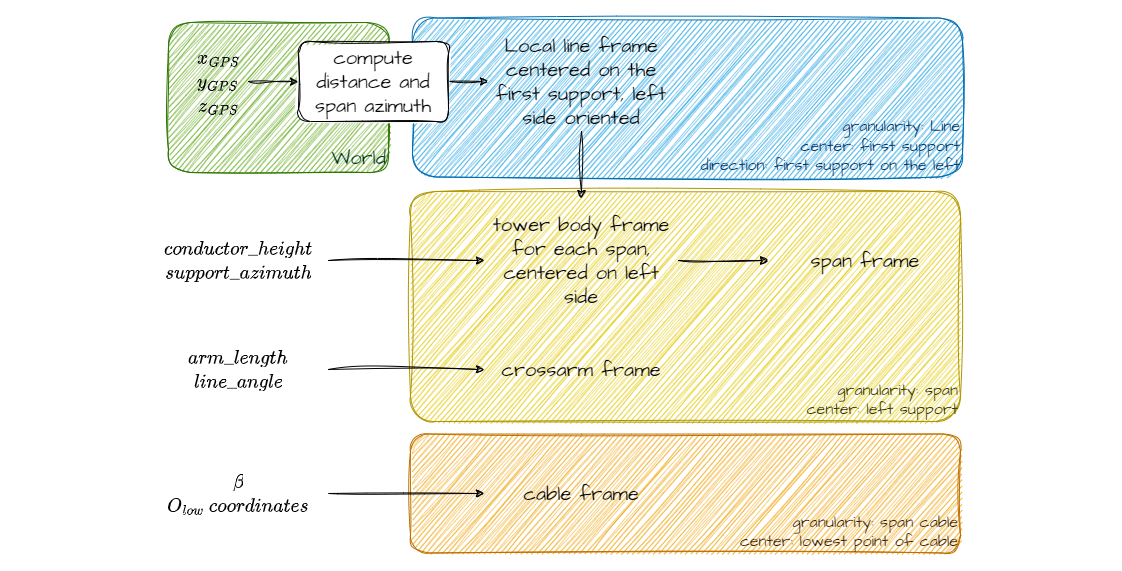
The draw.io diagram docs/user_guide/assets/changing_frames.drawio.png in phlowers/mechaphlowers, before a commit. Source tidied: cells renumbered, new cells last; positions are measured from the earlier drawing's top-left corner, leaving out a move shared by most shapes.
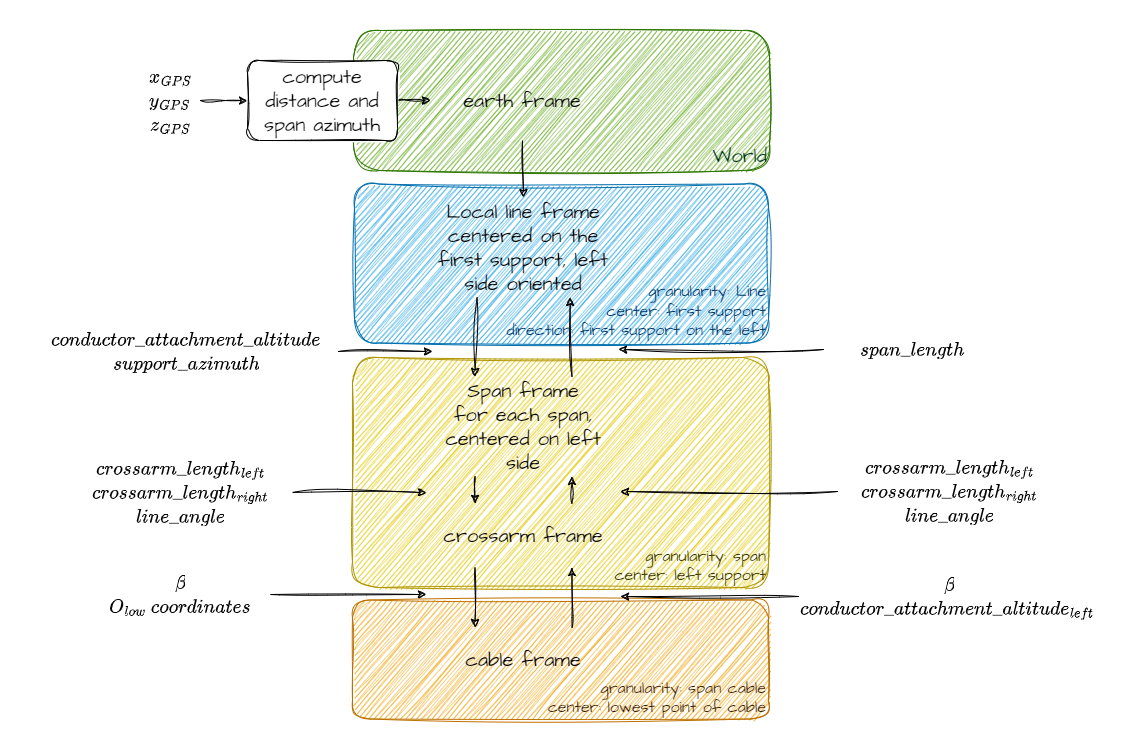
After the commit.

Commit message:
conductor attachment altitude correction

The edit, as a diff of the source:
```diff
@@ -3,70 +3,115 @@
     <mxCell id="0" />
     <mxCell id="1" parent="0" />
     <mxCell id="2" style="rounded=0;whiteSpace=wrap;html=1;hachureGap=4;fontFamily=Architects Daughter;fontSource=https%3A%2F%2Ffonts.googleapis.com%2Fcss%3Ffamily%3DArchitects%2BDaughter;fontSize=20;fontColor=#006EAF;strokeColor=none;sketch=1;jiggle=2;curveFitting=1;" parent="1" vertex="1">
-      <mxGeometry width="1120.1" height="570" as="geometry" />
+      <mxGeometry width="1120.1" height="750" as="geometry" />
     </mxCell>
     <mxCell id="3" value="&lt;font color=&quot;#003366&quot;&gt;granularity: Line&lt;br style=&quot;font-size: 16px;&quot;&gt;center: first support&lt;br style=&quot;font-size: 16px;&quot;&gt;direction: first support on the left&lt;/font&gt;" style="rounded=1;whiteSpace=wrap;html=1;sketch=1;hachureGap=4;jiggle=2;curveFitting=1;fontFamily=Architects Daughter;fontSource=https%3A%2F%2Ffonts.googleapis.com%2Fcss%3Ffamily%3DArchitects%2BDaughter;fontSize=16;fillColor=#1ba1e2;fontColor=#ffffff;strokeColor=#006EAF;verticalAlign=bottom;align=right;" parent="1" vertex="1">
-      <mxGeometry x="412" y="17.5" width="550" height="159" as="geometry" />
+      <mxGeometry x="354" y="183.5" width="414" height="159" as="geometry" />
     </mxCell>
     <mxCell id="4" value="&lt;font color=&quot;#333300&quot;&gt;granularity: span&lt;br&gt;center: left support&lt;/font&gt;" style="rounded=1;whiteSpace=wrap;html=1;sketch=1;hachureGap=4;jiggle=2;curveFitting=1;fontFamily=Architects Daughter;fontSource=https%3A%2F%2Ffonts.googleapis.com%2Fcss%3Ffamily%3DArchitects%2BDaughter;fontSize=16;fillColor=#e3c800;fontColor=#FFFFFF;strokeColor=#B09500;verticalAlign=bottom;align=right;arcSize=11;" parent="1" vertex="1">
-      <mxGeometry x="410" y="191" width="550" height="230" as="geometry" />
+      <mxGeometry x="352" y="357" width="416" height="230" as="geometry" />
     </mxCell>
     <mxCell id="5" value="&lt;font color=&quot;#331a00&quot;&gt;granularity: span cable&lt;br&gt;center: lowest point of cable&lt;/font&gt;" style="rounded=1;whiteSpace=wrap;html=1;sketch=1;hachureGap=4;jiggle=2;curveFitting=1;fontFamily=Architects Daughter;fontSource=https%3A%2F%2Ffonts.googleapis.com%2Fcss%3Ffamily%3DArchitects%2BDaughter;fontSize=16;fillColor=#f0a30a;fontColor=#FFFFFF;strokeColor=#BD7000;verticalAlign=bottom;align=right;" parent="1" vertex="1">
-      <mxGeometry x="410" y="433.5" width="550" height="119" as="geometry" />
+      <mxGeometry x="352" y="599.5" width="416" height="119" as="geometry" />
     </mxCell>
-    <mxCell id="6" value="&lt;font color=&quot;#00331a&quot;&gt;World&lt;/font&gt;" style="rounded=1;whiteSpace=wrap;html=1;sketch=1;hachureGap=4;jiggle=2;curveFitting=1;fontFamily=Architects Daughter;fontSource=https%3A%2F%2Ffonts.googleapis.com%2Fcss%3Ffamily%3DArchitects%2BDaughter;fontSize=20;fillColor=#60a917;fontColor=#ffffff;strokeColor=#2D7600;verticalAlign=bottom;align=right;" parent="1" vertex="1">
-      <mxGeometry x="168" y="22" width="220" height="150" as="geometry" />
+    <mxCell id="6" value="&lt;font color=&quot;#00331a&quot;&gt;World&lt;/font&gt;" style="rounded=1;whiteSpace=wrap;html=1;sketch=1;hachureGap=4;jiggle=2;curveFitting=1;fontFamily=Architects Daughter;fontSource=https%3A%2F%2Ffonts.googleapis.com%2Fcss%3Ffamily%3DArchitects%2BDaughter;fontSize=20;fillColor=#60a917;fontColor=#ffffff;strokeColor=#2D7600;verticalAlign=bottom;align=right;arcSize=19;" parent="1" vertex="1">
+      <mxGeometry x="353" y="30" width="416" height="140" as="geometry" />
     </mxCell>
-    <mxCell id="7" style="edgeStyle=none;sketch=1;hachureGap=4;jiggle=2;curveFitting=1;html=1;exitX=1;exitY=0.5;exitDx=0;exitDy=0;entryX=0;entryY=0.5;entryDx=0;entryDy=0;fontFamily=Architects Daughter;fontSource=https%3A%2F%2Ffonts.googleapis.com%2Fcss%3Ffamily%3DArchitects%2BDaughter;fontSize=16;" parent="1" edge="1" source="8" target="12">
-      <mxGeometry relative="1" as="geometry" />
-    </mxCell>
+    <mxCell id="24" style="edgeStyle=none;sketch=1;hachureGap=4;jiggle=2;curveFitting=1;html=1;exitX=1;exitY=0.5;exitDx=0;exitDy=0;entryX=0;entryY=0.5;entryDx=0;entryDy=0;fontFamily=Architects Daughter;fontSource=https%3A%2F%2Ffonts.googleapis.com%2Fcss%3Ffamily%3DArchitects%2BDaughter;fontSize=16;" parent="1" edge="1" source="8" target="37">
+      <mxGeometry relative="1" as="geometry" />
+    </mxCell>
     <mxCell id="8" value="compute distance and span azimuth" style="rounded=1;whiteSpace=wrap;html=1;sketch=1;hachureGap=4;jiggle=2;curveFitting=1;fontFamily=Architects Daughter;fontSource=https%3A%2F%2Ffonts.googleapis.com%2Fcss%3Ffamily%3DArchitects%2BDaughter;fontSize=20;" parent="1" vertex="1">
-      <mxGeometry x="298" y="41" width="150" height="80" as="geometry" />
+      <mxGeometry x="247" y="60" width="150" height="80" as="geometry" />
     </mxCell>
-    <mxCell id="9" style="edgeStyle=none;sketch=1;hachureGap=4;jiggle=2;curveFitting=1;html=1;fontFamily=Architects Daughter;fontSource=https%3A%2F%2Ffonts.googleapis.com%2Fcss%3Ffamily%3DArchitects%2BDaughter;fontSize=16;" parent="1" edge="1" source="10" target="8">
+    <mxCell id="9" style="edgeStyle=none;sketch=1;hachureGap=4;jiggle=2;curveFitting=1;html=1;fontFamily=Architects Daughter;fontSource=https%3A%2F%2Ffonts.googleapis.com%2Fcss%3Ffamily%3DArchitects%2BDaughter;fontSize=16;entryX=0;entryY=0.5;entryDx=0;entryDy=0;" parent="1" edge="1" source="10" target="8">
       <mxGeometry relative="1" as="geometry" />
     </mxCell>
     <mxCell id="10" value="\(x_{GPS}\)&lt;br&gt;\(y_{GPS}\)&lt;br&gt;\(z_{GPS}\)" style="text;html=1;strokeColor=none;fillColor=none;align=center;verticalAlign=middle;whiteSpace=wrap;rounded=0;sketch=1;hachureGap=4;jiggle=2;curveFitting=1;fontFamily=Architects Daughter;fontSource=https%3A%2F%2Ffonts.googleapis.com%2Fcss%3Ffamily%3DArchitects%2BDaughter;fontSize=20;" parent="1" vertex="1">
-      <mxGeometry x="188" y="66" width="60" height="30" as="geometry" />
+      <mxGeometry x="140" y="50" width="60" height="100" as="geometry" />
     </mxCell>
-    <mxCell id="11" style="edgeStyle=none;sketch=1;hachureGap=4;jiggle=2;curveFitting=1;html=1;entryX=0.5;entryY=0;entryDx=0;entryDy=0;fontFamily=Architects Daughter;fontSource=https%3A%2F%2Ffonts.googleapis.com%2Fcss%3Ffamily%3DArchitects%2BDaughter;fontSize=16;" parent="1" edge="1" source="12" target="14">
+    <mxCell id="11" style="edgeStyle=none;sketch=1;hachureGap=4;jiggle=2;curveFitting=1;html=1;entryX=0.25;entryY=0;entryDx=0;entryDy=0;fontFamily=Architects Daughter;fontSource=https%3A%2F%2Ffonts.googleapis.com%2Fcss%3Ffamily%3DArchitects%2BDaughter;fontSize=16;exitX=0.25;exitY=1;exitDx=0;exitDy=0;" parent="1" edge="1" source="12" target="14">
       <mxGeometry relative="1" as="geometry" />
     </mxCell>
     <mxCell id="12" value="Local line frame centered on the first support, left side oriented" style="text;html=1;strokeColor=none;fillColor=none;align=center;verticalAlign=middle;whiteSpace=wrap;rounded=0;sketch=1;hachureGap=4;jiggle=2;curveFitting=1;fontFamily=Architects Daughter;fontSource=https%3A%2F%2Ffonts.googleapis.com%2Fcss%3Ffamily%3DArchitects%2BDaughter;fontSize=20;" parent="1" vertex="1">
-      <mxGeometry x="488" y="31" width="186" height="100" as="geometry" />
+      <mxGeometry x="430" y="197" width="186" height="100" as="geometry" />
     </mxCell>
-    <mxCell id="13" style="edgeStyle=none;sketch=1;hachureGap=4;jiggle=2;curveFitting=1;html=1;exitX=1;exitY=0.5;exitDx=0;exitDy=0;fontFamily=Architects Daughter;fontSource=https%3A%2F%2Ffonts.googleapis.com%2Fcss%3Ffamily%3DArchitects%2BDaughter;fontSize=16;" parent="1" edge="1" source="14" target="23">
-      <mxGeometry relative="1" as="geometry" />
-    </mxCell>
+    <mxCell id="25" style="edgeStyle=none;sketch=1;hachureGap=4;jiggle=2;curveFitting=1;html=1;exitX=0.25;exitY=1;exitDx=0;exitDy=0;entryX=0.25;entryY=0;entryDx=0;entryDy=0;fontFamily=Architects Daughter;fontSource=https%3A%2F%2Ffonts.googleapis.com%2Fcss%3Ffamily%3DArchitects%2BDaughter;fontSize=16;" parent="1" edge="1" source="14" target="19">
+      <mxGeometry relative="1" as="geometry" />
+    </mxCell>
+    <mxCell id="26" style="edgeStyle=none;sketch=1;hachureGap=4;jiggle=2;curveFitting=1;html=1;exitX=0.75;exitY=0;exitDx=0;exitDy=0;entryX=0.75;entryY=1;entryDx=0;entryDy=0;fontFamily=Architects Daughter;fontSource=https%3A%2F%2Ffonts.googleapis.com%2Fcss%3Ffamily%3DArchitects%2BDaughter;fontSize=16;" parent="1" edge="1" source="14" target="12">
+      <mxGeometry relative="1" as="geometry" />
+    </mxCell>
-    <mxCell id="14" value="tower body frame&lt;br&gt;for each span, centered on left side" style="rounded=1;whiteSpace=wrap;html=1;sketch=1;hachureGap=4;jiggle=2;curveFitting=1;fontFamily=Architects Daughter;fontSource=https%3A%2F%2Ffonts.googleapis.com%2Fcss%3Ffamily%3DArchitects%2BDaughter;fontSize=20;fillColor=none;strokeColor=none;" parent="1" vertex="1">
-      <mxGeometry x="484" y="198" width="194" height="124" as="geometry" />
+    <mxCell id="14" value="Span frame&lt;br&gt;for each span, centered on left side" style="rounded=1;whiteSpace=wrap;html=1;sketch=1;hachureGap=4;jiggle=2;curveFitting=1;fontFamily=Architects Daughter;fontSource=https%3A%2F%2Ffonts.googleapis.com%2Fcss%3Ffamily%3DArchitects%2BDaughter;fontSize=20;fillColor=none;strokeColor=none;" parent="1" vertex="1">
+      <mxGeometry x="426" y="376" width="194" height="100" as="geometry" />
     </mxCell>
-    <mxCell id="15" style="edgeStyle=none;sketch=1;hachureGap=4;jiggle=2;curveFitting=1;html=1;entryX=0;entryY=0.5;entryDx=0;entryDy=0;fontFamily=Architects Daughter;fontSource=https%3A%2F%2Ffonts.googleapis.com%2Fcss%3Ffamily%3DArchitects%2BDaughter;fontSize=16;" parent="1" edge="1" source="16" target="14">
-      <mxGeometry relative="1" as="geometry" />
+    <mxCell id="15" style="edgeStyle=none;sketch=1;hachureGap=4;jiggle=2;curveFitting=1;html=1;entryX=0;entryY=0.5;entryDx=0;entryDy=0;fontFamily=Architects Daughter;fontSource=https%3A%2F%2Ffonts.googleapis.com%2Fcss%3Ffamily%3DArchitects%2BDaughter;fontSize=16;" parent="1" edge="1" source="16">
+      <mxGeometry relative="1" as="geometry">
+        <mxPoint x="432" y="351" as="targetPoint" />
+      </mxGeometry>
     </mxCell>
-    <mxCell id="16" value="\(conductor\_height\)&lt;br&gt;\(support\_azimuth\)" style="text;html=1;strokeColor=none;fillColor=none;align=center;verticalAlign=middle;whiteSpace=wrap;rounded=0;sketch=1;hachureGap=4;jiggle=2;curveFitting=1;fontFamily=Architects Daughter;fontSource=https%3A%2F%2Ffonts.googleapis.com%2Fcss%3Ffamily%3DArchitects%2BDaughter;fontSize=20;" parent="1" vertex="1">
-      <mxGeometry x="148" y="220" width="180" height="80" as="geometry" />
+    <mxCell id="16" value="\(conductor\_attachment\_altitude\)&lt;br&gt;\(support\_azimuth\)" style="text;html=1;strokeColor=none;fillColor=none;align=center;verticalAlign=middle;whiteSpace=wrap;rounded=0;sketch=1;hachureGap=4;jiggle=2;curveFitting=1;fontFamily=Architects Daughter;fontSource=https%3A%2F%2Ffonts.googleapis.com%2Fcss%3Ffamily%3DArchitects%2BDaughter;fontSize=20;" parent="1" vertex="1">
+      <mxGeometry x="34" y="311" width="304" height="80" as="geometry" />
     </mxCell>
-    <mxCell id="17" style="edgeStyle=none;sketch=1;hachureGap=4;jiggle=2;curveFitting=1;html=1;entryX=0;entryY=0.5;entryDx=0;entryDy=0;fontFamily=Architects Daughter;fontSource=https%3A%2F%2Ffonts.googleapis.com%2Fcss%3Ffamily%3DArchitects%2BDaughter;fontSize=16;" parent="1" edge="1" source="18" target="19">
-      <mxGeometry relative="1" as="geometry" />
+    <mxCell id="17" style="edgeStyle=none;sketch=1;hachureGap=4;jiggle=2;curveFitting=1;html=1;entryX=0;entryY=0.5;entryDx=0;entryDy=0;fontFamily=Architects Daughter;fontSource=https%3A%2F%2Ffonts.googleapis.com%2Fcss%3Ffamily%3DArchitects%2BDaughter;fontSize=16;" parent="1" edge="1" source="18">
+      <mxGeometry relative="1" as="geometry">
+        <mxPoint x="426" y="492" as="targetPoint" />
+      </mxGeometry>
     </mxCell>
-    <mxCell id="18" value="\(arm\_length\)&lt;br&gt;\(line\_angle\)" style="text;html=1;strokeColor=none;fillColor=none;align=center;verticalAlign=middle;whiteSpace=wrap;rounded=0;sketch=1;hachureGap=4;jiggle=2;curveFitting=1;fontFamily=Architects Daughter;fontSource=https%3A%2F%2Ffonts.googleapis.com%2Fcss%3Ffamily%3DArchitects%2BDaughter;fontSize=20;" parent="1" vertex="1">
-      <mxGeometry x="148" y="329" width="180" height="80" as="geometry" />
+    <mxCell id="18" value="\(crossarm\_length_{left}\)&lt;br&gt;\(crossarm\_length_{right}\)&lt;br&gt;\(line\_angle\)" style="text;html=1;strokeColor=none;fillColor=none;align=center;verticalAlign=middle;whiteSpace=wrap;rounded=0;sketch=1;hachureGap=4;jiggle=2;curveFitting=1;fontFamily=Architects Daughter;fontSource=https%3A%2F%2Ffonts.googleapis.com%2Fcss%3Ffamily%3DArchitects%2BDaughter;fontSize=20;" parent="1" vertex="1">
+      <mxGeometry x="68" y="452" width="224" height="80" as="geometry" />
     </mxCell>
+    <mxCell id="27" style="edgeStyle=none;sketch=1;hachureGap=4;jiggle=2;curveFitting=1;html=1;exitX=0.25;exitY=1;exitDx=0;exitDy=0;fontFamily=Architects Daughter;fontSource=https%3A%2F%2Ffonts.googleapis.com%2Fcss%3Ffamily%3DArchitects%2BDaughter;fontSize=16;entryX=0.25;entryY=0;entryDx=0;entryDy=0;" parent="1" edge="1" source="19" target="22">
+      <mxGeometry relative="1" as="geometry" />
+    </mxCell>
+    <mxCell id="28" style="edgeStyle=none;sketch=1;hachureGap=4;jiggle=2;curveFitting=1;html=1;exitX=0.75;exitY=0;exitDx=0;exitDy=0;entryX=0.75;entryY=1;entryDx=0;entryDy=0;fontFamily=Architects Daughter;fontSource=https%3A%2F%2Ffonts.googleapis.com%2Fcss%3Ffamily%3DArchitects%2BDaughter;fontSize=16;" parent="1" edge="1" source="19" target="14">
+      <mxGeometry relative="1" as="geometry" />
+    </mxCell>
     <mxCell id="19" value="crossarm frame" style="rounded=1;whiteSpace=wrap;html=1;sketch=1;hachureGap=4;jiggle=2;curveFitting=1;fontFamily=Architects Daughter;fontSource=https%3A%2F%2Ffonts.googleapis.com%2Fcss%3Ffamily%3DArchitects%2BDaughter;fontSize=20;fillColor=none;strokeColor=none;" parent="1" vertex="1">
-      <mxGeometry x="484" y="337" width="194" height="64" as="geometry" />
+      <mxGeometry x="426" y="503" width="194" height="64" as="geometry" />
     </mxCell>
-    <mxCell id="20" style="edgeStyle=none;sketch=1;hachureGap=4;jiggle=2;curveFitting=1;html=1;entryX=0;entryY=0.5;entryDx=0;entryDy=0;fontFamily=Architects Daughter;fontSource=https%3A%2F%2Ffonts.googleapis.com%2Fcss%3Ffamily%3DArchitects%2BDaughter;fontSize=16;fontColor=#FFFFFF;" parent="1" edge="1" source="21" target="22">
-      <mxGeometry relative="1" as="geometry" />
+    <mxCell id="20" style="edgeStyle=none;sketch=1;hachureGap=4;jiggle=2;curveFitting=1;html=1;entryX=0;entryY=0.5;entryDx=0;entryDy=0;fontFamily=Architects Daughter;fontSource=https%3A%2F%2Ffonts.googleapis.com%2Fcss%3Ffamily%3DArchitects%2BDaughter;fontSize=16;fontColor=#FFFFFF;" parent="1" edge="1" source="21">
+      <mxGeometry relative="1" as="geometry">
+        <mxPoint x="426" y="594" as="targetPoint" />
+      </mxGeometry>
     </mxCell>
     <mxCell id="21" value="\(\beta\)&lt;br&gt;\(O_{low}\ coordinates\)" style="text;html=1;strokeColor=none;fillColor=none;align=center;verticalAlign=middle;whiteSpace=wrap;rounded=0;sketch=1;hachureGap=4;jiggle=2;curveFitting=1;fontFamily=Architects Daughter;fontSource=https%3A%2F%2Ffonts.googleapis.com%2Fcss%3Ffamily%3DArchitects%2BDaughter;fontSize=20;" parent="1" vertex="1">
-      <mxGeometry x="148" y="453" width="180" height="80" as="geometry" />
+      <mxGeometry x="90" y="554" width="180" height="80" as="geometry" />
     </mxCell>
+    <mxCell id="29" style="edgeStyle=none;sketch=1;hachureGap=4;jiggle=2;curveFitting=1;html=1;exitX=0.75;exitY=0;exitDx=0;exitDy=0;entryX=0.75;entryY=1;entryDx=0;entryDy=0;fontFamily=Architects Daughter;fontSource=https%3A%2F%2Ffonts.googleapis.com%2Fcss%3Ffamily%3DArchitects%2BDaughter;fontSize=16;" parent="1" edge="1" source="22" target="19">
+      <mxGeometry relative="1" as="geometry" />
+    </mxCell>
     <mxCell id="22" value="cable frame" style="rounded=1;whiteSpace=wrap;html=1;sketch=1;hachureGap=4;jiggle=2;curveFitting=1;fontFamily=Architects Daughter;fontSource=https%3A%2F%2Ffonts.googleapis.com%2Fcss%3Ffamily%3DArchitects%2BDaughter;fontSize=20;fillColor=none;strokeColor=none;" parent="1" vertex="1">
-      <mxGeometry x="484" y="461" width="194" height="64" as="geometry" />
+      <mxGeometry x="426" y="627" width="194" height="64" as="geometry" />
     </mxCell>
-    <mxCell id="23" value="span frame" style="rounded=1;whiteSpace=wrap;html=1;sketch=1;hachureGap=4;jiggle=2;curveFitting=1;fontFamily=Architects Daughter;fontSource=https%3A%2F%2Ffonts.googleapis.com%2Fcss%3Ffamily%3DArchitects%2BDaughter;fontSize=20;fillColor=none;strokeColor=none;" parent="1" vertex="1">
-      <mxGeometry x="768" y="198" width="194" height="124" as="geometry" />
-    </mxCell>
+    <mxCell id="30" style="edgeStyle=none;sketch=1;hachureGap=4;jiggle=2;curveFitting=1;html=1;fontFamily=Architects Daughter;fontSource=https%3A%2F%2Ffonts.googleapis.com%2Fcss%3Ffamily%3DArchitects%2BDaughter;fontSize=16;" parent="1" edge="1" source="31">
+      <mxGeometry relative="1" as="geometry">
+        <mxPoint x="620" y="596" as="targetPoint" />
+      </mxGeometry>
+    </mxCell>
+    <mxCell id="31" value="\(\beta\)&lt;br&gt;\(conductor\_&lt;br&gt;attachment\_altitude_{left}\ \)" style="text;html=1;strokeColor=none;fillColor=none;align=center;verticalAlign=middle;whiteSpace=wrap;rounded=0;sketch=1;hachureGap=4;jiggle=2;curveFitting=1;fontFamily=Architects Daughter;fontSource=https%3A%2F%2Ffonts.googleapis.com%2Fcss%3Ffamily%3DArchitects%2BDaughter;fontSize=20;" parent="1" vertex="1">
+      <mxGeometry x="798" y="556" width="302" height="80" as="geometry" />
+    </mxCell>
+    <mxCell id="32" style="edgeStyle=none;sketch=1;hachureGap=4;jiggle=2;curveFitting=1;html=1;entryX=1;entryY=0.5;entryDx=0;entryDy=0;fontFamily=Architects Daughter;fontSource=https%3A%2F%2Ffonts.googleapis.com%2Fcss%3Ffamily%3DArchitects%2BDaughter;fontSize=16;" parent="1" edge="1" source="33">
+      <mxGeometry relative="1" as="geometry">
+        <mxPoint x="620" y="491" as="targetPoint" />
+      </mxGeometry>
+    </mxCell>
+    <mxCell id="33" value="\(crossarm\_length_{left}\)&lt;br&gt;\(crossarm\_length_{right}\)&lt;br&gt;\(line\_angle\)" style="text;html=1;strokeColor=none;fillColor=none;align=center;verticalAlign=middle;whiteSpace=wrap;rounded=0;sketch=1;hachureGap=4;jiggle=2;curveFitting=1;fontFamily=Architects Daughter;fontSource=https%3A%2F%2Ffonts.googleapis.com%2Fcss%3Ffamily%3DArchitects%2BDaughter;fontSize=20;" parent="1" vertex="1">
+      <mxGeometry x="837" y="451" width="224" height="80" as="geometry" />
+    </mxCell>
+    <mxCell id="34" style="edgeStyle=none;sketch=1;hachureGap=4;jiggle=2;curveFitting=1;html=1;fontFamily=Architects Daughter;fontSource=https%3A%2F%2Ffonts.googleapis.com%2Fcss%3Ffamily%3DArchitects%2BDaughter;fontSize=16;" parent="1" edge="1" source="35">
+      <mxGeometry relative="1" as="geometry">
+        <mxPoint x="618" y="349" as="targetPoint" />
+      </mxGeometry>
+    </mxCell>
+    <mxCell id="35" value="\(span\_length\)" style="text;html=1;strokeColor=none;fillColor=none;align=center;verticalAlign=middle;whiteSpace=wrap;rounded=0;sketch=1;hachureGap=4;jiggle=2;curveFitting=1;fontFamily=Architects Daughter;fontSource=https%3A%2F%2Ffonts.googleapis.com%2Fcss%3Ffamily%3DArchitects%2BDaughter;fontSize=20;" parent="1" vertex="1">
+      <mxGeometry x="823" y="309" width="178" height="80" as="geometry" />
+    </mxCell>
+    <mxCell id="36" style="edgeStyle=none;sketch=1;hachureGap=4;jiggle=2;curveFitting=1;html=1;exitX=0.5;exitY=1;exitDx=0;exitDy=0;entryX=0.5;entryY=0;entryDx=0;entryDy=0;fontFamily=Architects Daughter;fontSource=https%3A%2F%2Ffonts.googleapis.com%2Fcss%3Ffamily%3DArchitects%2BDaughter;fontSize=16;" parent="1" edge="1" source="37" target="12">
+      <mxGeometry relative="1" as="geometry" />
+    </mxCell>
+    <mxCell id="37" value="earth frame" style="text;html=1;strokeColor=none;fillColor=none;align=center;verticalAlign=middle;whiteSpace=wrap;rounded=0;sketch=1;hachureGap=4;jiggle=2;curveFitting=1;fontFamily=Architects Daughter;fontSource=https%3A%2F%2Ffonts.googleapis.com%2Fcss%3Ffamily%3DArchitects%2BDaughter;fontSize=20;" parent="1" vertex="1">
+      <mxGeometry x="430" y="60" width="184" height="80" as="geometry" />
+    </mxCell>
   </root>
 </mxGraphModel>
```
